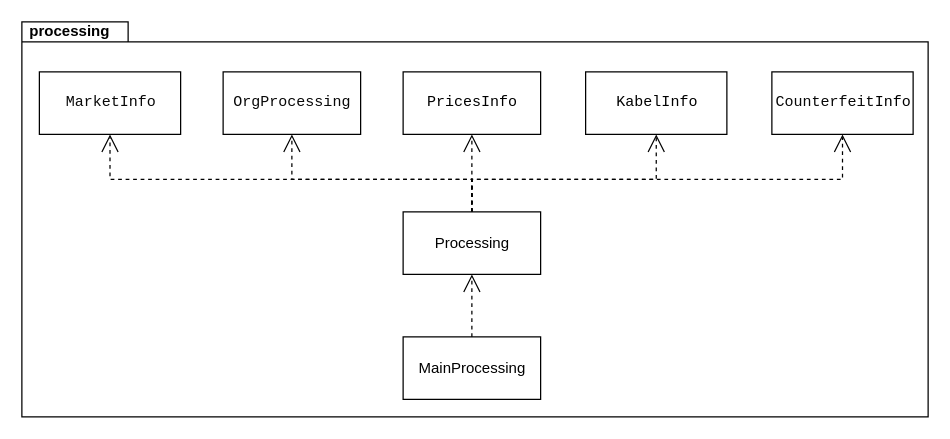
TimurSamigulin/auto_search_mtr keeps this draw.io diagram as gazprom/классы2.drawio. Above is the earlier version. Source tidied: cells renumbered, new cells numbered last; positions are measured from the earlier drawing's top-left corner, leaving out a move shared by most shapes. Both pictures are drawn from the tidied source at 125%, with x=0, y=0 at pixel (21, 21).
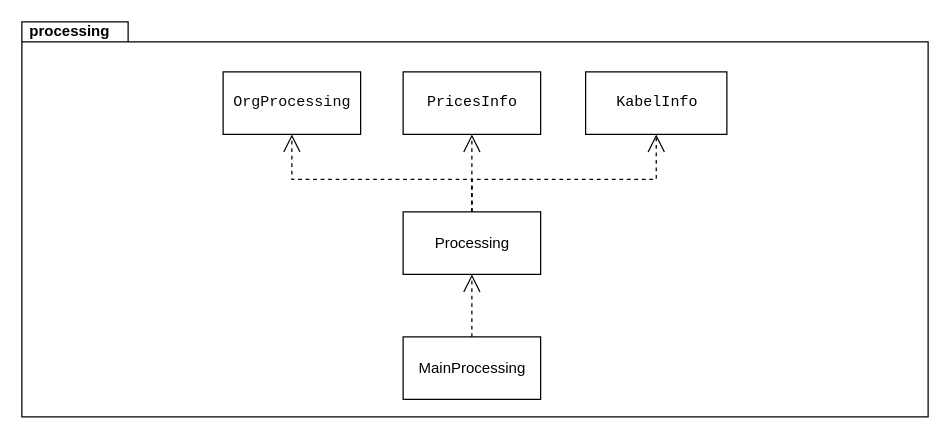
The same diagram, later.

What changed in the source:
```diff
@@
 <mxGraphModel>
   <root>
     <mxCell id="0" />
     <mxCell id="1" parent="0" />
     <mxCell id="2" value="processing" style="shape=folder;fontStyle=1;spacingTop=0;tabWidth=85;tabHeight=16;tabPosition=left;html=1;spacingBottom=300;spacingRight=650;" parent="1" vertex="1">
       <mxGeometry width="725" height="316" as="geometry" />
     </mxCell>
     <mxCell id="3" value="&lt;pre style=&quot;color: rgb(8 , 8 , 8) ; font-family: &amp;#34;jetbrains mono&amp;#34; , monospace&quot;&gt;&lt;span style=&quot;color: #000000&quot;&gt;PricesInfo&lt;/span&gt;&lt;/pre&gt;" style="html=1;" parent="1" vertex="1">
       <mxGeometry x="305" y="40" width="110" height="50" as="geometry" />
     </mxCell>
     <mxCell id="4" value="&lt;pre style=&quot;color: rgb(8 , 8 , 8) ; font-family: &amp;#34;jetbrains mono&amp;#34; , monospace&quot;&gt;&lt;span style=&quot;color: #000000&quot;&gt;KabelInfo&lt;/span&gt;&lt;/pre&gt;" style="html=1;" parent="1" vertex="1">
       <mxGeometry x="451" y="40" width="113" height="50" as="geometry" />
     </mxCell>
-    <mxCell id="5" style="edgeStyle=orthogonalEdgeStyle;rounded=0;jettySize=auto;html=1;exitX=0.5;exitY=0;exitDx=0;exitDy=0;entryX=0.5;entryY=1;entryDx=0;entryDy=0;dashed=1;endArrow=open;endFill=0;endSize=12;" parent="1" edge="1" source="10" target="15">
-      <mxGeometry relative="1" as="geometry" />
-    </mxCell>
     <mxCell id="6" style="edgeStyle=orthogonalEdgeStyle;rounded=0;jettySize=auto;html=1;exitX=0.5;exitY=0;exitDx=0;exitDy=0;entryX=0.5;entryY=1;entryDx=0;entryDy=0;dashed=1;endArrow=open;endFill=0;endSize=12;" parent="1" edge="1" source="10" target="11">
       <mxGeometry relative="1" as="geometry" />
     </mxCell>
     <mxCell id="7" style="edgeStyle=orthogonalEdgeStyle;rounded=0;jettySize=auto;html=1;exitX=0.5;exitY=0;exitDx=0;exitDy=0;entryX=0.5;entryY=1;entryDx=0;entryDy=0;dashed=1;endArrow=open;endFill=0;endSize=12;" parent="1" edge="1" source="10" target="3">
       <mxGeometry relative="1" as="geometry" />
     </mxCell>
     <mxCell id="8" style="edgeStyle=orthogonalEdgeStyle;rounded=0;jettySize=auto;html=1;exitX=0.5;exitY=0;exitDx=0;exitDy=0;entryX=0.5;entryY=1;entryDx=0;entryDy=0;dashed=1;endArrow=open;endFill=0;endSize=12;" parent="1" edge="1" source="10" target="4">
       <mxGeometry relative="1" as="geometry" />
     </mxCell>
-    <mxCell id="9" style="edgeStyle=orthogonalEdgeStyle;rounded=0;jettySize=auto;html=1;exitX=0.5;exitY=0;exitDx=0;exitDy=0;entryX=0.5;entryY=1;entryDx=0;entryDy=0;dashed=1;endArrow=open;endFill=0;endSize=12;" parent="1" edge="1" source="10" target="14">
-      <mxGeometry relative="1" as="geometry" />
-    </mxCell>
     <mxCell id="10" value="Processing" style="html=1;" parent="1" vertex="1">
       <mxGeometry x="305" y="152" width="110" height="50" as="geometry" />
     </mxCell>
     <mxCell id="11" value="&lt;pre style=&quot;color: rgb(8 , 8 , 8) ; font-family: &amp;#34;jetbrains mono&amp;#34; , monospace&quot;&gt;&lt;pre style=&quot;font-family: &amp;#34;jetbrains mono&amp;#34; , monospace&quot;&gt;OrgProcessing&lt;/pre&gt;&lt;/pre&gt;" style="html=1;" parent="1" vertex="1">
       <mxGeometry x="161" y="40" width="110" height="50" as="geometry" />
     </mxCell>
     <mxCell id="12" style="edgeStyle=orthogonalEdgeStyle;rounded=0;jettySize=auto;html=1;exitX=0.5;exitY=0;exitDx=0;exitDy=0;entryX=0.5;entryY=1;entryDx=0;entryDy=0;dashed=1;endArrow=open;endFill=0;endSize=12;" parent="1" edge="1" source="13" target="10">
       <mxGeometry relative="1" as="geometry" />
     </mxCell>
     <mxCell id="13" value="MainProcessing" style="html=1;" parent="1" vertex="1">
       <mxGeometry x="305" y="252" width="110" height="50" as="geometry" />
     </mxCell>
-    <mxCell id="14" value="&lt;pre style=&quot;color: rgb(8 , 8 , 8) ; font-family: &amp;#34;jetbrains mono&amp;#34; , monospace&quot;&gt;Counterfeit&lt;span style=&quot;color: #000000&quot;&gt;Info&lt;/span&gt;&lt;/pre&gt;" style="html=1;" parent="1" vertex="1">
-      <mxGeometry x="600" y="40" width="113" height="50" as="geometry" />
-    </mxCell>
-    <mxCell id="15" value="&lt;pre style=&quot;color: rgb(8 , 8 , 8) ; font-family: &amp;#34;jetbrains mono&amp;#34; , monospace&quot;&gt;MarketInfo&lt;/pre&gt;" style="html=1;" parent="1" vertex="1">
-      <mxGeometry x="14" y="40" width="113" height="50" as="geometry" />
-    </mxCell>
   </root>
 </mxGraphModel>
```
